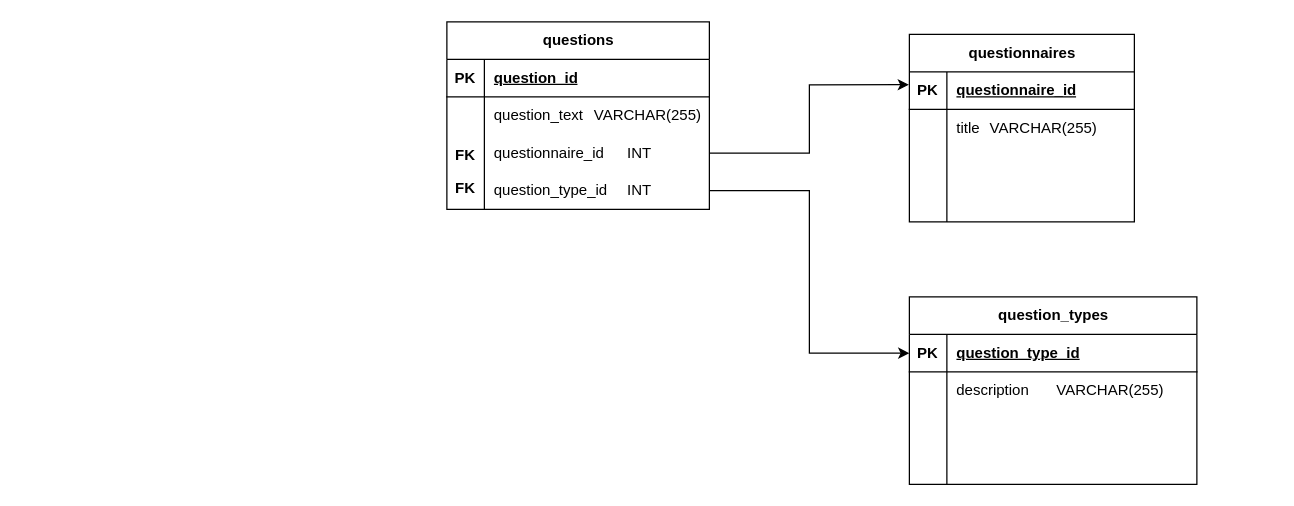
Above: Documentation/MLD_exercice_looper.drawio in Mashiro3131/exercise-looper (draw.io), before the change. Source tidied: cells renumbered, new cells numbered last; positions are measured from the earlier drawing's top-left corner, leaving out a move shared by most shapes. Both pictures are drawn from the tidied source at 125%, with x=0, y=0 at pixel (446, 21).
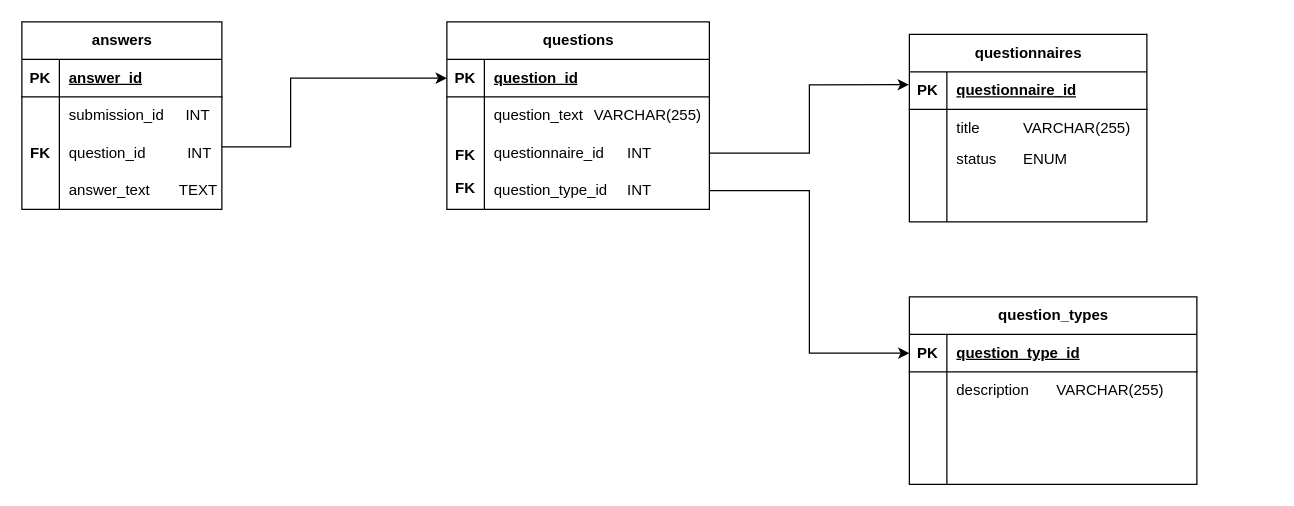
The same diagram, later.

Commit message (it also covers changes not shown here):
docs: update MCD and MLD with answers   9.

Unchanged cells that the change refers to:
```xml
<mxCell id="17" style="shape=tableRow;horizontal=0;startSize=0;swimlaneHead=0;swimlaneBody=0;fillColor=none;points=[[0,0.5],[1,0.5]];portConstraint=eastwest;top=0;left=0;right=0;bottom=1;" parent="16" vertex="1">
  <mxGeometry y="30" width="210" height="30" as="geometry" />
</mxCell>
```

Diff of the diagram source:
```diff
@@
     <mxCell id="2" value="questionnaires" style="shape=table;startSize=30;childLayout=tableLayout;rowLines=0;fontStyle=1;align=center;html=1;" parent="1" vertex="1">
-      <mxGeometry x="370" y="10" width="180" height="150" as="geometry" />
+      <mxGeometry x="370" y="10" width="190" height="150" as="geometry" />
     </mxCell>
     <mxCell id="3" style="shape=tableRow;horizontal=0;startSize=0;swimlaneHead=0;swimlaneBody=0;fillColor=none;points=[[0,0.5],[1,0.5]];portConstraint=eastwest;top=0;left=0;right=0;bottom=1;" parent="2" vertex="1">
-      <mxGeometry y="30" width="180" height="30" as="geometry" />
+      <mxGeometry y="30" width="190" height="30" as="geometry" />
     </mxCell>
@@
     <mxCell id="5" value="questionnaire_id" style="shape=partialRectangle;fillColor=none;top=0;left=0;bottom=0;right=0;align=left;spacingLeft=6;fontStyle=5;overflow=hidden;whiteSpace=wrap;html=1;" parent="3" vertex="1">
-      <mxGeometry x="30" width="150" height="30" as="geometry" />
+      <mxGeometry x="30" width="160" height="30" as="geometry" />
     </mxCell>
     <mxCell id="6" style="shape=tableRow;horizontal=0;startSize=0;swimlaneHead=0;swimlaneBody=0;fillColor=none;top=0;left=0;right=0;bottom=0;" parent="2" vertex="1">
-      <mxGeometry y="60" width="180" height="30" as="geometry" />
+      <mxGeometry y="60" width="190" height="30" as="geometry" />
     </mxCell>
@@
-    <mxCell id="8" value="title&lt;span style=&quot;white-space: pre;&quot;&gt;&#9;&lt;/span&gt;VARCHAR(255)" style="shape=partialRectangle;fillColor=none;top=0;left=0;bottom=0;right=0;align=left;spacingLeft=6;overflow=hidden;whiteSpace=wrap;html=1;" parent="6" vertex="1">
-      <mxGeometry x="30" width="150" height="30" as="geometry" />
+    <mxCell id="8" value="title&lt;span style=&quot;white-space: pre;&quot;&gt;&#9;&lt;span style=&quot;white-space: pre;&quot;&gt;&#9;&lt;/span&gt;&lt;/span&gt;VARCHAR(255)" style="shape=partialRectangle;fillColor=none;top=0;left=0;bottom=0;right=0;align=left;spacingLeft=6;overflow=hidden;whiteSpace=wrap;html=1;" parent="6" vertex="1">
+      <mxGeometry x="30" width="160" height="30" as="geometry" />
     </mxCell>
     <mxCell id="9" style="shape=tableRow;horizontal=0;startSize=0;swimlaneHead=0;swimlaneBody=0;fillColor=none;top=0;left=0;right=0;bottom=0;" parent="2" vertex="1">
-      <mxGeometry y="90" width="180" height="30" as="geometry" />
+      <mxGeometry y="90" width="190" height="30" as="geometry" />
     </mxCell>
@@
     <mxCell id="11" style="shape=partialRectangle;fillColor=none;top=0;left=0;bottom=0;right=0;align=left;spacingLeft=6;overflow=hidden;whiteSpace=wrap;html=1;" parent="9" vertex="1">
-      <mxGeometry x="30" width="150" height="30" as="geometry" />
+      <mxGeometry x="30" width="160" height="30" as="geometry" />
     </mxCell>
     <mxCell id="12" style="shape=tableRow;horizontal=0;startSize=0;swimlaneHead=0;swimlaneBody=0;fillColor=none;top=0;left=0;right=0;bottom=0;" parent="2" vertex="1">
-      <mxGeometry y="120" width="180" height="30" as="geometry" />
+      <mxGeometry y="120" width="190" height="30" as="geometry" />
     </mxCell>
@@
     <mxCell id="14" style="shape=partialRectangle;fillColor=none;top=0;left=0;bottom=0;right=0;align=left;spacingLeft=6;overflow=hidden;whiteSpace=wrap;html=1;" parent="12" vertex="1">
-      <mxGeometry x="30" width="150" height="30" as="geometry" />
+      <mxGeometry x="30" width="160" height="30" as="geometry" />
     </mxCell>
@@
+    <mxCell id="46" value="answers" style="shape=table;startSize=30;childLayout=tableLayout;rowLines=0;fontStyle=1;align=center;html=1;" parent="1" vertex="1">
+      <mxGeometry x="-340" width="160" height="150" as="geometry" />
+    </mxCell>
+    <mxCell id="47" style="shape=tableRow;horizontal=0;startSize=0;swimlaneHead=0;swimlaneBody=0;fillColor=none;top=0;left=0;right=0;bottom=1;" parent="46" vertex="1">
+      <mxGeometry y="30" width="160" height="30" as="geometry" />
+    </mxCell>
+    <mxCell id="48" value="PK" style="shape=partialRectangle;fillColor=none;top=0;left=0;bottom=0;right=0;fontStyle=1;overflow=hidden;whiteSpace=wrap;html=1;" parent="47" vertex="1">
+      <mxGeometry width="30" height="30" as="geometry" />
+    </mxCell>
+    <mxCell id="49" value="answer_id" style="shape=partialRectangle;fillColor=none;top=0;left=0;bottom=0;right=0;align=left;spacingLeft=6;fontStyle=5;overflow=hidden;whiteSpace=wrap;html=1;" parent="47" vertex="1">
+      <mxGeometry x="30" width="130" height="30" as="geometry" />
+    </mxCell>
+    <mxCell id="50" style="shape=tableRow;horizontal=0;startSize=0;swimlaneHead=0;swimlaneBody=0;fillColor=none;top=0;left=0;right=0;bottom=0;" parent="46" vertex="1">
+      <mxGeometry y="60" width="160" height="30" as="geometry" />
+    </mxCell>
+    <mxCell id="51" style="shape=partialRectangle;fillColor=none;top=0;left=0;bottom=0;right=0;overflow=hidden;whiteSpace=wrap;html=1;" parent="50" vertex="1">
+      <mxGeometry width="30" height="30" as="geometry" />
+    </mxCell>
+    <mxCell id="52" value="submission_id&lt;span style=&quot;white-space: pre;&quot;&gt;&#9;&lt;/span&gt;&amp;nbsp; &amp;nbsp; INT" style="shape=partialRectangle;fillColor=none;top=0;left=0;bottom=0;right=0;align=left;spacingLeft=6;overflow=hidden;whiteSpace=wrap;html=1;" parent="50" vertex="1">
+      <mxGeometry x="30" width="130" height="30" as="geometry" />
+    </mxCell>
+    <mxCell id="53" style="shape=tableRow;horizontal=0;startSize=0;swimlaneHead=0;swimlaneBody=0;fillColor=none;top=0;left=0;right=0;bottom=0;" parent="46" vertex="1">
+      <mxGeometry y="90" width="160" height="30" as="geometry" />
+    </mxCell>
+    <mxCell id="54" style="shape=partialRectangle;fillColor=none;top=0;left=0;bottom=0;right=0;overflow=hidden;whiteSpace=wrap;html=1;" parent="53" vertex="1">
+      <mxGeometry width="30" height="30" as="geometry" />
+    </mxCell>
+    <mxCell id="55" style="shape=partialRectangle;fillColor=none;top=0;left=0;bottom=0;right=0;align=left;spacingLeft=6;overflow=hidden;whiteSpace=wrap;html=1;" parent="53" vertex="1">
+      <mxGeometry x="30" width="130" height="30" as="geometry" />
+    </mxCell>
+    <mxCell id="56" style="shape=tableRow;horizontal=0;startSize=0;swimlaneHead=0;swimlaneBody=0;fillColor=none;top=0;left=0;right=0;bottom=0;" parent="46" vertex="1">
+      <mxGeometry y="120" width="160" height="30" as="geometry" />
+    </mxCell>
+    <mxCell id="57" style="shape=partialRectangle;fillColor=none;top=0;left=0;bottom=0;right=0;overflow=hidden;whiteSpace=wrap;html=1;" parent="56" vertex="1">
+      <mxGeometry width="30" height="30" as="geometry" />
+    </mxCell>
+    <mxCell id="58" style="shape=partialRectangle;fillColor=none;top=0;left=0;bottom=0;right=0;align=left;spacingLeft=6;overflow=hidden;whiteSpace=wrap;html=1;" parent="56" vertex="1">
+      <mxGeometry x="30" width="130" height="30" as="geometry" />
+    </mxCell>
+    <mxCell id="59" value="question_id&amp;nbsp; &amp;nbsp; &amp;nbsp; &amp;nbsp; &amp;nbsp; INT" style="shape=partialRectangle;fillColor=none;top=0;left=0;bottom=0;right=0;align=left;spacingLeft=6;overflow=hidden;whiteSpace=wrap;html=1;" parent="1" vertex="1">
+      <mxGeometry x="-310" y="90" width="130" height="30" as="geometry" />
+    </mxCell>
+    <mxCell id="60" value="FK" style="shape=partialRectangle;fillColor=none;top=0;left=0;bottom=0;right=0;fontStyle=1;overflow=hidden;whiteSpace=wrap;html=1;" parent="1" vertex="1">
+      <mxGeometry x="-340" y="90" width="30" height="30" as="geometry" />
+    </mxCell>
+    <mxCell id="61" value="answer_text&amp;nbsp; &amp;nbsp; &amp;nbsp; &amp;nbsp;TEXT" style="shape=partialRectangle;fillColor=none;top=0;left=0;bottom=0;right=0;align=left;spacingLeft=6;overflow=hidden;whiteSpace=wrap;html=1;" parent="1" vertex="1">
+      <mxGeometry x="-310" y="120" width="130" height="30" as="geometry" />
+    </mxCell>
+    <mxCell id="62" style="endArrow=classic;html=1;rounded=0;defaultLabelBackgroundColor=page;entryX=0;entryY=0.5;entryDx=0;entryDy=0;" parent="1" edge="1" target="17">
+      <mxGeometry x="0.13" relative="1" as="geometry">
+        <mxPoint x="-180" y="100" as="sourcePoint" />
+        <Array as="points">
+          <mxPoint x="-125" y="100" />
+          <mxPoint x="-125" y="70" />
+          <mxPoint x="-125" y="45" />
+        </Array>
+      </mxGeometry>
+    </mxCell>
+    <mxCell id="63" value="status&lt;span style=&quot;white-space: pre;&quot;&gt;&#9;&lt;/span&gt;ENUM" style="shape=partialRectangle;fillColor=none;top=0;left=0;bottom=0;right=0;align=left;spacingLeft=6;overflow=hidden;whiteSpace=wrap;html=1;" parent="1" vertex="1">
+      <mxGeometry x="400" y="95" width="260" height="30" as="geometry" />
+    </mxCell>
```
